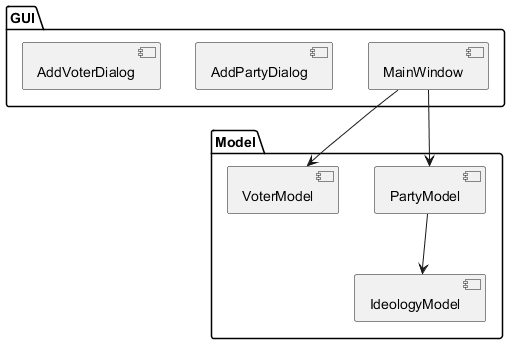
Above: docs/diagrams/out/component.png in 4ahlikNevmiruchi/PoliticalSim (PlantUML), before the change.
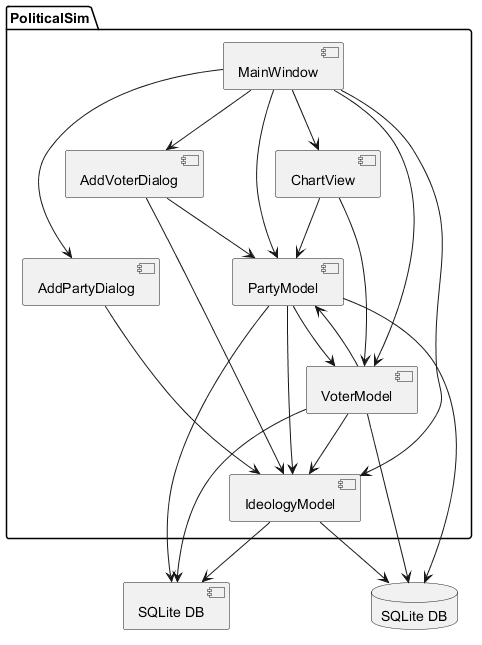
The same file after the commit.

Diff of the diagram source:
```diff
@@ -1,15 +1,33 @@
 @startuml
-package GUI {
-  [MainWindow]
-  [AddPartyDialog]
-  [AddVoterDialog]
+package "PoliticalSim" {
+    [MainWindow] --> [PartyModel]
+    [MainWindow] --> [VoterModel]
+    [MainWindow] --> [IdeologyModel]
+    [MainWindow] --> [ChartView]
+    [MainWindow] --> [AddPartyDialog]
+    [MainWindow] --> [AddVoterDialog]
 }
-package Model {
-  [PartyModel]
-  [VoterModel]
-  [IdeologyModel]
-}
-[MainWindow] --> [PartyModel]
-[MainWindow] --> [VoterModel]
+
+[IdeologyModel] --> [SQLite DB]
+
+[PartyModel] --> [SQLite DB]
 [PartyModel] --> [IdeologyModel]
+[PartyModel] --> [VoterModel]
+
+[VoterModel] --> [SQLite DB]
+[VoterModel] --> [PartyModel]
+[VoterModel] --> [IdeologyModel]
+
+[AddPartyDialog] --> [IdeologyModel]
+[AddVoterDialog] --> [PartyModel]
+[AddVoterDialog] --> [IdeologyModel]
+
+[ChartView] --> [PartyModel]
+[ChartView] --> [VoterModel]
+
+database "SQLite DB" as DB
+
+[PartyModel] --> DB
+[VoterModel] --> DB
+[IdeologyModel] --> DB
 @enduml
```
